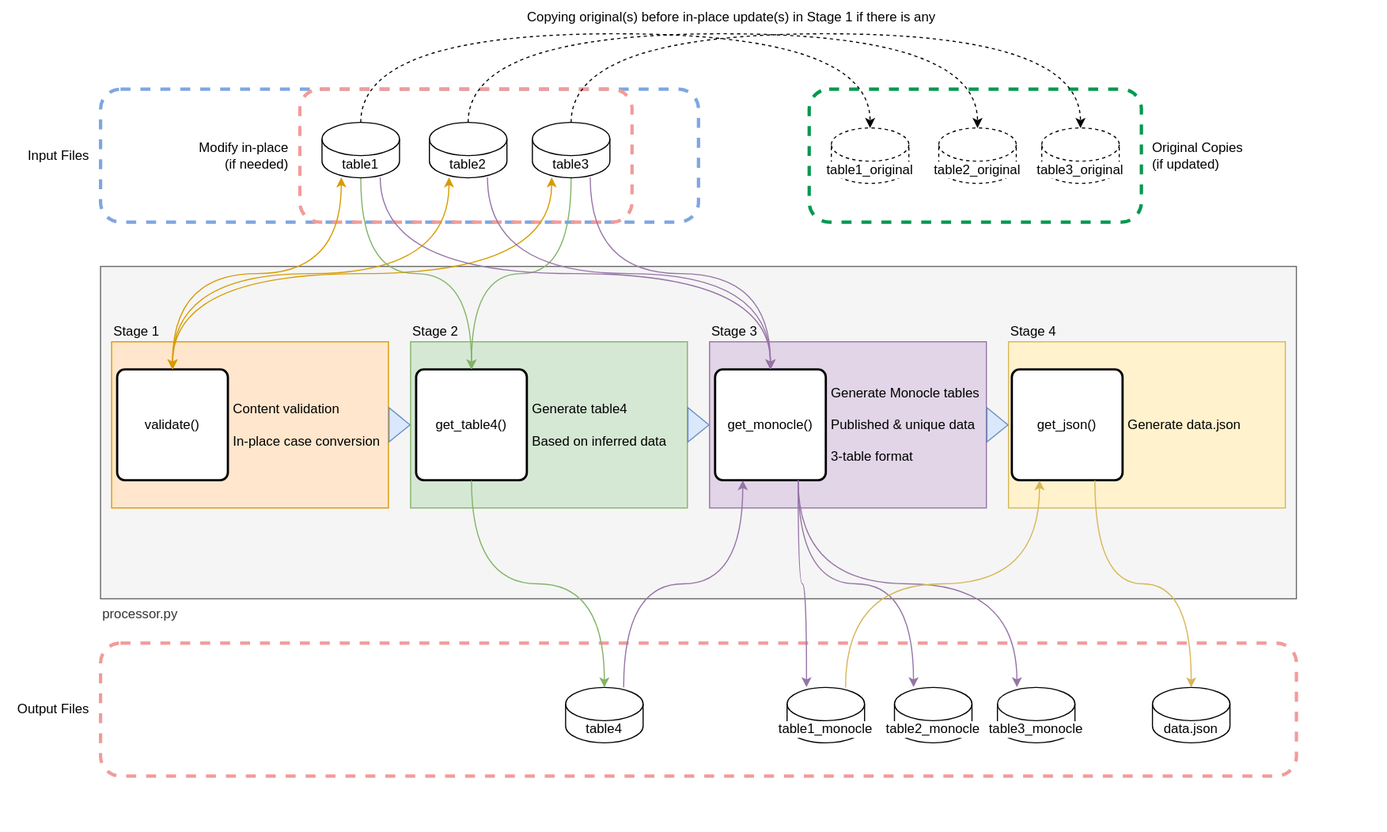
This is doc/workflow.drawio.svg from sanger-bentley-group/gps-database-processor, a draw.io export, as it was before one commit. Source tidied: cells renumbered, new cells last; positions are measured from the earlier drawing's top-left corner, leaving out a move shared by most shapes.
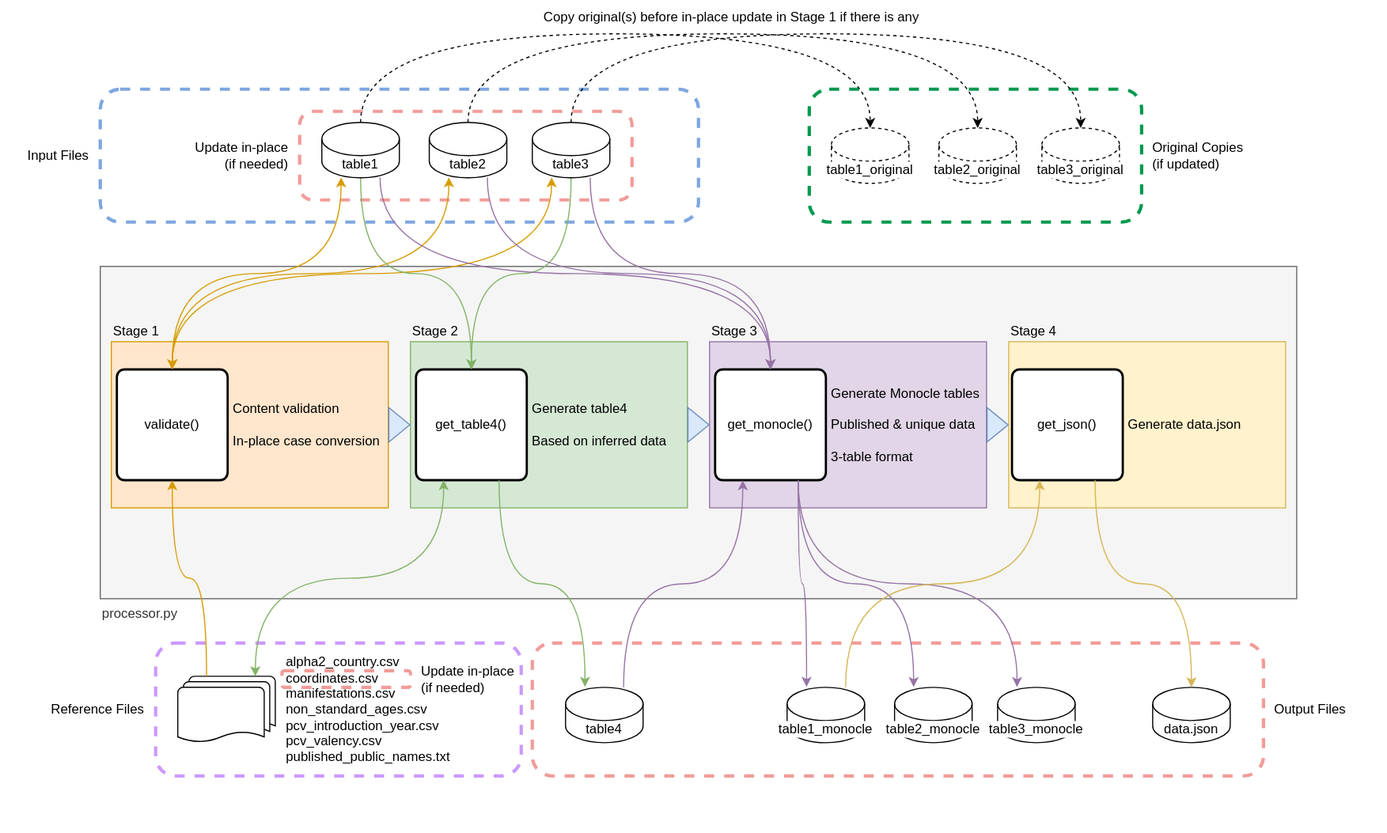
The same diagram one commit later.

Commit message:
Add reference files to workflow chart

Diff of the diagram source:
```diff
@@ -59,14 +59,14 @@
     <mxCell id="20" value="&lt;span&gt;Content validation&lt;/span&gt;&lt;br&gt;&lt;span&gt;&lt;br&gt;In-place case conversion&lt;/span&gt;" style="text;html=1;strokeColor=none;fillColor=none;align=left;verticalAlign=middle;whiteSpace=wrap;rounded=0;shadow=0;glass=0;labelBackgroundColor=none;labelBorderColor=none;sketch=0;fillStyle=solid;" parent="17" vertex="1">
       <mxGeometry x="108" y="47.5" width="142" height="55" as="geometry" />
     </mxCell>
-    <mxCell id="21" value="Output Files" style="rounded=1;whiteSpace=wrap;html=1;labelBackgroundColor=default;fillStyle=auto;strokeColor=#F19C99;fillColor=none;dashed=1;strokeWidth=3;labelPosition=left;verticalLabelPosition=middle;align=right;verticalAlign=middle;spacingLeft=0;spacingRight=0;spacing=10;" parent="1" vertex="1">
-      <mxGeometry x="90" y="580" width="1080" height="120" as="geometry" />
+    <mxCell id="21" value="Output Files" style="rounded=1;whiteSpace=wrap;html=1;labelBackgroundColor=default;fillStyle=auto;strokeColor=#F19C99;fillColor=none;dashed=1;strokeWidth=3;labelPosition=right;verticalLabelPosition=middle;align=left;verticalAlign=middle;spacingLeft=0;spacingRight=0;spacing=10;" parent="1" vertex="1">
+      <mxGeometry x="480" y="580" width="660" height="120" as="geometry" />
     </mxCell>
     <mxCell id="22" value="Input Files" style="rounded=1;whiteSpace=wrap;html=1;labelBackgroundColor=default;fillStyle=auto;strokeColor=#7EA6E0;fillColor=none;dashed=1;strokeWidth=3;labelPosition=left;verticalLabelPosition=middle;align=right;verticalAlign=middle;spacingLeft=0;spacingRight=0;spacing=10;" parent="1" vertex="1">
       <mxGeometry x="90" y="80" width="540" height="120" as="geometry" />
     </mxCell>
-    <mxCell id="23" value="Modify in-place &lt;br&gt;(if needed)" style="rounded=1;whiteSpace=wrap;html=1;labelBackgroundColor=default;fillStyle=auto;strokeColor=#F19C99;fillColor=none;dashed=1;strokeWidth=3;labelPosition=left;verticalLabelPosition=middle;align=right;verticalAlign=middle;spacingLeft=0;spacingRight=0;spacing=10;" parent="1" vertex="1">
-      <mxGeometry x="270" y="80" width="300" height="120" as="geometry" />
+    <mxCell id="23" value="Update in-place &lt;br&gt;(if needed)" style="rounded=1;whiteSpace=wrap;html=1;labelBackgroundColor=default;fillStyle=auto;strokeColor=#F19C99;fillColor=none;dashed=1;strokeWidth=3;labelPosition=left;verticalLabelPosition=middle;align=right;verticalAlign=middle;spacingLeft=0;spacingRight=0;spacing=10;" parent="1" vertex="1">
+      <mxGeometry x="270" y="100" width="300" height="80" as="geometry" />
     </mxCell>
     <mxCell id="24" style="endArrow=classic;html=1;rounded=0;entryX=0.5;entryY=0;entryDx=0;entryDy=0;exitX=0.249;exitY=0.991;exitDx=0;exitDy=0;exitPerimeter=0;edgeStyle=orthogonalEdgeStyle;curved=1;startArrow=classic;startFill=1;fillColor=#ffe6cc;strokeColor=#d79b00;" parent="1" edge="1" source="45" target="19">
       <mxGeometry relative="1" as="geometry" />
@@ -86,7 +86,7 @@
     <mxCell id="29" value="table4" style="shape=cylinder3;whiteSpace=wrap;html=1;boundedLbl=1;backgroundOutline=1;size=15;" parent="1" vertex="1">
       <mxGeometry x="510" y="620" width="70" height="50" as="geometry" />
     </mxCell>
-    <mxCell id="30" style="endArrow=classic;html=1;rounded=0;curved=1;exitX=0.5;exitY=1;exitDx=0;exitDy=0;entryX=0.5;entryY=0;entryDx=0;entryDy=0;entryPerimeter=0;edgeStyle=orthogonalEdgeStyle;fillColor=#d5e8d4;strokeColor=#82b366;" parent="1" edge="1" source="15" target="29">
+    <mxCell id="30" style="endArrow=classic;html=1;rounded=0;curved=1;exitX=0.75;exitY=1;exitDx=0;exitDy=0;entryX=0.251;entryY=-0.008;entryDx=0;entryDy=0;entryPerimeter=0;edgeStyle=orthogonalEdgeStyle;fillColor=#d5e8d4;strokeColor=#82b366;" parent="1" edge="1" source="15" target="29">
       <mxGeometry relative="1" as="geometry" />
     </mxCell>
     <mxCell id="31" style="endArrow=classic;html=1;rounded=0;fillColor=#e1d5e7;curved=1;exitX=0.751;exitY=0.992;exitDx=0;exitDy=0;exitPerimeter=0;entryX=0.5;entryY=0;entryDx=0;entryDy=0;edgeStyle=orthogonalEdgeStyle;strokeColor=#9673a6;" parent="1" edge="1" source="45" target="11">
@@ -101,7 +101,7 @@
     <mxCell id="34" style="endArrow=classic;html=1;rounded=0;fillColor=#e1d5e7;curved=1;exitX=0.749;exitY=0;exitDx=0;exitDy=0;exitPerimeter=0;entryX=0.25;entryY=1;entryDx=0;entryDy=0;edgeStyle=orthogonalEdgeStyle;strokeColor=#9673a6;" parent="1" edge="1" source="29" target="11">
       <mxGeometry relative="1" as="geometry" />
     </mxCell>
-    <mxCell id="35" style="endArrow=classic;html=1;rounded=0;fillColor=#e1d5e7;curved=1;exitX=0.75;exitY=1;exitDx=0;exitDy=0;entryX=0.251;entryY=-0.004;entryDx=0;entryDy=0;entryPerimeter=0;edgeStyle=orthogonalEdgeStyle;strokeColor=#9673a6;" parent="1" edge="1" source="11" target="49">
+    <mxCell id="35" style="endArrow=classic;html=1;rounded=0;fillColor=#e1d5e7;curved=1;exitX=0.75;exitY=1;exitDx=0;exitDy=0;entryX=0.251;entryY=-0.008;entryDx=0;entryDy=0;entryPerimeter=0;edgeStyle=orthogonalEdgeStyle;strokeColor=#9673a6;" parent="1" edge="1" source="11" target="49">
       <mxGeometry relative="1" as="geometry" />
     </mxCell>
     <mxCell id="36" style="endArrow=classic;html=1;rounded=0;fillColor=#e1d5e7;curved=1;exitX=0.75;exitY=1;exitDx=0;exitDy=0;entryX=0.246;entryY=-0.004;entryDx=0;entryDy=0;entryPerimeter=0;edgeStyle=orthogonalEdgeStyle;strokeColor=#9673a6;" parent="1" edge="1" source="11" target="50">
@@ -188,8 +188,23 @@
         </Array>
       </mxGeometry>
     </mxCell>
-    <mxCell id="59" value="Copying original(s) before in-place update(s) in Stage 1 if there is any" style="text;html=1;strokeColor=none;fillColor=none;align=center;verticalAlign=middle;whiteSpace=wrap;rounded=0;dashed=1;labelBackgroundColor=none;" parent="1" vertex="1">
+    <mxCell id="59" value="Copy original(s) before in-place update in Stage 1 if there is any" style="text;html=1;strokeColor=none;fillColor=none;align=center;verticalAlign=middle;whiteSpace=wrap;rounded=0;dashed=1;labelBackgroundColor=none;" parent="1" vertex="1">
       <mxGeometry x="470" width="380" height="30" as="geometry" />
     </mxCell>
+    <mxCell id="60" value="Reference Files&amp;nbsp;" style="rounded=1;whiteSpace=wrap;html=1;labelBackgroundColor=default;fillStyle=auto;strokeColor=#CC99FF;fillColor=none;dashed=1;strokeWidth=3;labelPosition=left;verticalLabelPosition=middle;align=right;verticalAlign=middle;spacingLeft=0;spacingRight=0;spacing=10;" parent="1" vertex="1">
+      <mxGeometry x="140" y="580" width="330" height="120" as="geometry" />
+    </mxCell>
+    <mxCell id="61" value="alpha2_country.csv&lt;br&gt;coordinates.csv&lt;br&gt;manifestations.csv&lt;br&gt;non_standard_ages.csv&lt;br&gt;pcv_introduction_year.csv&lt;br&gt;pcv_valency.csv&lt;br&gt;published_public_names.txt" style="strokeWidth=1;html=1;shape=mxgraph.flowchart.multi-document;whiteSpace=wrap;labelPosition=right;verticalLabelPosition=middle;align=left;verticalAlign=middle;spacing=10;" parent="1" vertex="1">
+      <mxGeometry x="160" y="610" width="88" height="60" as="geometry" />
+    </mxCell>
+    <mxCell id="62" style="endArrow=classic;html=1;entryX=0.5;entryY=1;entryDx=0;entryDy=0;exitX=0.295;exitY=0;exitDx=0;exitDy=0;exitPerimeter=0;edgeStyle=orthogonalEdgeStyle;curved=1;strokeColor=#D79B00;" parent="1" edge="1" source="61" target="19">
+      <mxGeometry relative="1" as="geometry" />
+    </mxCell>
+    <mxCell id="63" style="endArrow=classic;startArrow=classic;html=1;strokeColor=#82B366;curved=1;entryX=0.25;entryY=1;entryDx=0;entryDy=0;exitX=0.795;exitY=0;exitDx=0;exitDy=0;exitPerimeter=0;edgeStyle=orthogonalEdgeStyle;" parent="1" edge="1" source="61" target="15">
+      <mxGeometry relative="1" as="geometry" />
+    </mxCell>
+    <mxCell id="64" value="Update in-place&lt;br&gt;(if needed)" style="rounded=1;whiteSpace=wrap;html=1;labelBackgroundColor=default;fillStyle=auto;strokeColor=#F19C99;fillColor=none;dashed=1;strokeWidth=3;labelPosition=right;verticalLabelPosition=middle;align=left;verticalAlign=middle;spacingLeft=0;spacingRight=0;spacing=10;" parent="1" vertex="1">
+      <mxGeometry x="254" y="605" width="116" height="15" as="geometry" />
+    </mxCell>
   </root>
 </mxGraphModel>
```
